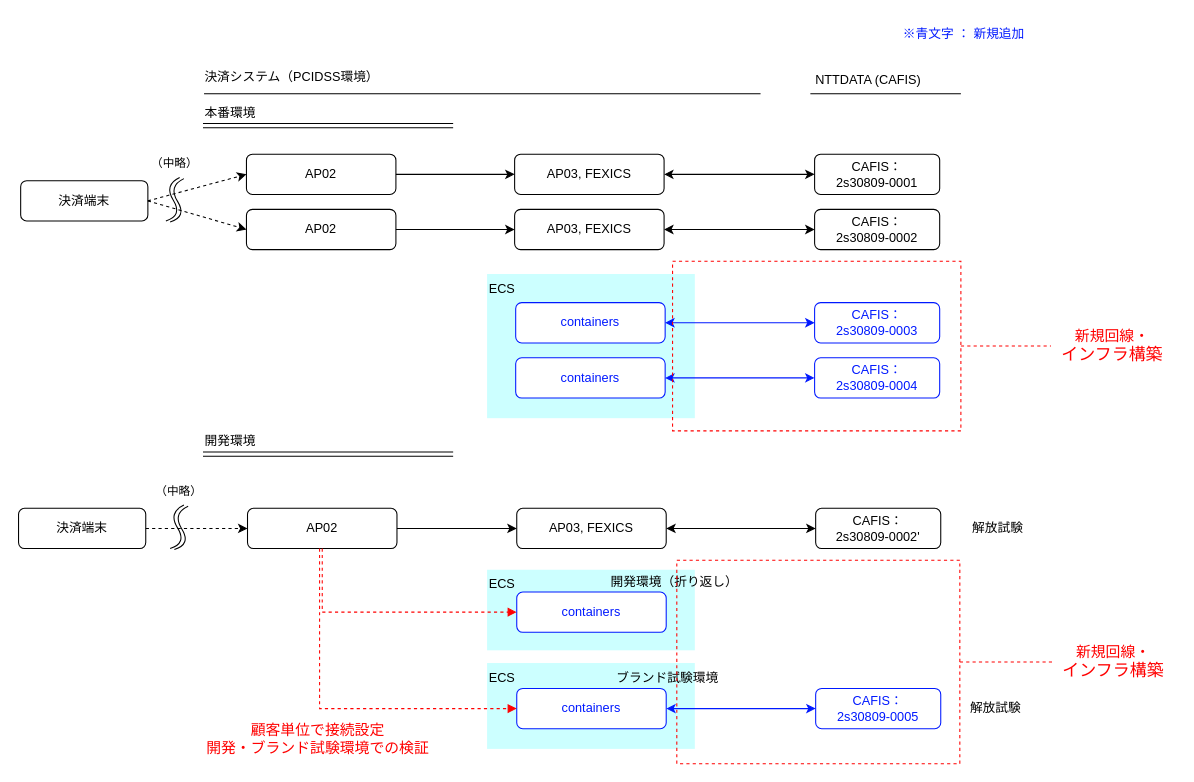
kyoshizawa/kywiki2 keeps this draw.io diagram as FEXICS/obj/migration_plan.drawio. Above is the earlier version. Source tidied: cells renumbered, new cells numbered last; positions are measured from the earlier drawing's top-left corner, leaving out a move shared by most shapes. Both pictures are drawn from the tidied source at 106%, with x=0, y=0 at pixel (18, 18).
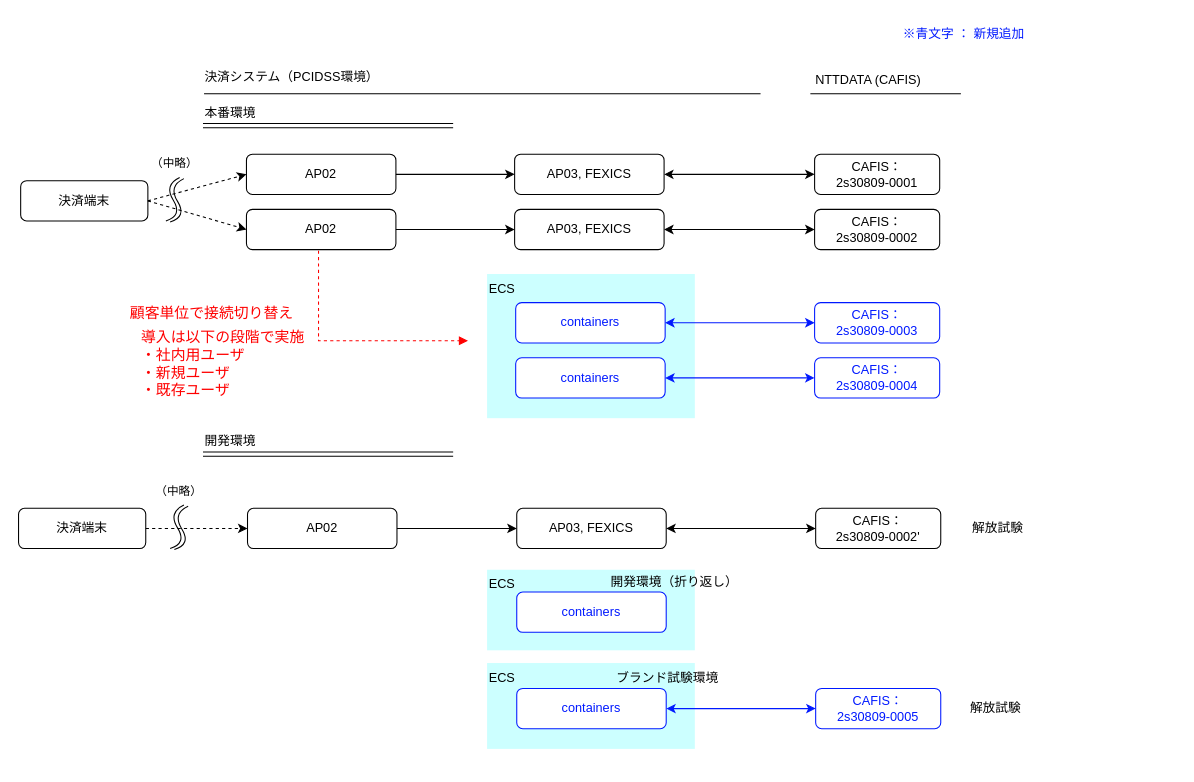
The same diagram, later.

Unchanged cells that the change refers to:
```xml
<mxCell id="32" value="AP02" style="rounded=1;whiteSpace=wrap;html=1;" parent="1" vertex="1">
  <mxGeometry x="216" y="462" width="141" height="38" as="geometry" />
</mxCell>
<mxCell id="38" value="&lt;font style=&quot;color: rgb(0, 25, 255);&quot;&gt;containers&lt;/font&gt;" style="rounded=1;whiteSpace=wrap;html=1;strokeColor=#0019FF;" parent="1" vertex="1">
  <mxGeometry x="470" y="632" width="141" height="38" as="geometry" />
</mxCell>
<mxCell id="55" value="&lt;font style=&quot;color: rgb(0, 25, 255);&quot;&gt;containers&lt;/font&gt;" style="rounded=1;whiteSpace=wrap;html=1;strokeColor=#0019FF;" parent="1" vertex="1">
  <mxGeometry x="470" y="541" width="141" height="38" as="geometry" />
</mxCell>
```

Change to the diagram source:
```diff
@@
-    <mxCell id="58" parent="0" />
-    <mxCell id="59" style="rounded=0;whiteSpace=wrap;html=1;fillColor=none;strokeColor=light-dark(#ff0000, #ededed);dashed=1;" parent="58" vertex="1">
-      <mxGeometry x="617" y="229" width="272" height="160" as="geometry" />
-    </mxCell>
-    <mxCell id="60" style="rounded=0;whiteSpace=wrap;html=1;fillColor=none;strokeColor=light-dark(#ff0000, #ededed);dashed=1;" parent="58" vertex="1">
-      <mxGeometry x="621" y="511" width="267" height="192" as="geometry" />
-    </mxCell>
-    <mxCell id="61" value="&lt;font style=&quot;color: rgb(255, 0, 0); font-size: 14px;&quot;&gt;新規回線・&lt;/font&gt;&lt;div&gt;&lt;font size=&quot;3&quot; style=&quot;color: rgb(255, 0, 0);&quot;&gt;インフラ構築&lt;/font&gt;&lt;/div&gt;" style="text;html=1;align=center;verticalAlign=middle;whiteSpace=wrap;rounded=0;" parent="58" vertex="1">
-      <mxGeometry x="974" y="294" width="116" height="30" as="geometry" />
-    </mxCell>
-    <mxCell id="62" value="&lt;font style=&quot;color: rgb(255, 0, 0); font-size: 14px;&quot;&gt;新規回線・&lt;/font&gt;&lt;div&gt;&lt;font size=&quot;3&quot; style=&quot;color: rgb(255, 0, 0);&quot;&gt;インフラ構築&lt;/font&gt;&lt;/div&gt;" style="text;html=1;align=center;verticalAlign=middle;whiteSpace=wrap;rounded=0;" parent="58" vertex="1">
-      <mxGeometry x="975" y="592" width="116" height="30" as="geometry" />
-    </mxCell>
-    <mxCell id="63" style="endArrow=none;dashed=1;html=1;rounded=0;entryX=0;entryY=0.5;entryDx=0;entryDy=0;strokeColor=light-dark(#ff0000, #ededed);" parent="58" edge="1" source="59" target="61">
-      <mxGeometry relative="1" as="geometry" />
-    </mxCell>
-    <mxCell id="64" style="endArrow=none;dashed=1;html=1;rounded=0;entryX=0;entryY=0.5;entryDx=0;entryDy=0;strokeColor=light-dark(#ff0000, #ededed);exitX=1;exitY=0.5;exitDx=0;exitDy=0;" parent="58" edge="1" source="60" target="62">
-      <mxGeometry relative="1" as="geometry" />
-    </mxCell>
-    <mxCell id="65" value="&lt;div&gt;&lt;font style=&quot;font-size: 14px;&quot; color=&quot;#ff0000&quot;&gt;顧客単位で接続設定&lt;/font&gt;&lt;/div&gt;&lt;div&gt;&lt;span style=&quot;color: rgb(255, 0, 0); font-size: 14px; background-color: transparent;&quot;&gt;開発・ブランド試験環境での検証&lt;/span&gt;&lt;/div&gt;" style="text;html=1;align=center;verticalAlign=middle;whiteSpace=wrap;rounded=0;" parent="58" vertex="1">
-      <mxGeometry x="166" y="664" width="233" height="30" as="geometry" />
-    </mxCell>
-    <mxCell id="66" style="endArrow=block;dashed=1;html=1;rounded=0;entryX=0;entryY=0.5;entryDx=0;entryDy=0;strokeColor=light-dark(#ff0000, #ededed);exitX=0.5;exitY=1;exitDx=0;exitDy=0;edgeStyle=orthogonalEdgeStyle;endFill=1;" parent="58" edge="1" source="32" target="55">
-      <mxGeometry relative="1" as="geometry" />
-    </mxCell>
-    <mxCell id="67" style="endArrow=block;dashed=1;html=1;rounded=0;entryX=0;entryY=0.5;entryDx=0;entryDy=0;strokeColor=light-dark(#ff0000, #ededed);edgeStyle=orthogonalEdgeStyle;endFill=1;" parent="58" edge="1" source="32" target="38">
-      <mxGeometry relative="1" as="geometry">
-        <Array as="points">
-          <mxPoint x="284" y="651" />
-        </Array>
-      </mxGeometry>
-    </mxCell>
+    <mxCell id="68" parent="0" />
+    <mxCell id="69" value="&lt;div&gt;&lt;font style=&quot;font-size: 14px;&quot; color=&quot;#ff0000&quot;&gt;顧客単位で接続切り替え&lt;/font&gt;&lt;/div&gt;" style="text;html=1;align=center;verticalAlign=middle;whiteSpace=wrap;rounded=0;" parent="68" vertex="1">
+      <mxGeometry x="66" y="263" width="233" height="30" as="geometry" />
+    </mxCell>
+    <mxCell id="70" style="endArrow=block;dashed=1;html=1;rounded=0;strokeColor=light-dark(#ff0000, #ededed);edgeStyle=orthogonalEdgeStyle;endFill=1;" parent="68" edge="1">
+      <mxGeometry relative="1" as="geometry">
+        <mxPoint x="283" y="219" as="sourcePoint" />
+        <mxPoint x="424" y="304" as="targetPoint" />
+        <Array as="points">
+          <mxPoint x="283" y="304" />
+        </Array>
+      </mxGeometry>
+    </mxCell>
+    <mxCell id="71" value="&lt;div&gt;&lt;font color=&quot;#ff0000&quot;&gt;&lt;span style=&quot;font-size: 14px;&quot;&gt;導入は以下の段階で実施&lt;/span&gt;&lt;/font&gt;&lt;/div&gt;&lt;font color=&quot;#ff0000&quot;&gt;&lt;span style=&quot;font-size: 14px;&quot;&gt;・社内用ユーザ&lt;/span&gt;&lt;/font&gt;&lt;div&gt;&lt;font color=&quot;#ff0000&quot;&gt;&lt;span style=&quot;font-size: 14px;&quot;&gt;・新規ユーザ&lt;/span&gt;&lt;/font&gt;&lt;/div&gt;&lt;div&gt;&lt;font color=&quot;#ff0000&quot;&gt;&lt;span style=&quot;font-size: 14px;&quot;&gt;・既存ユーザ&lt;/span&gt;&lt;/font&gt;&lt;/div&gt;" style="text;html=1;align=left;verticalAlign=middle;whiteSpace=wrap;rounded=0;" parent="68" vertex="1">
+      <mxGeometry x="114" y="289" width="233" height="73" as="geometry" />
+    </mxCell>
```
